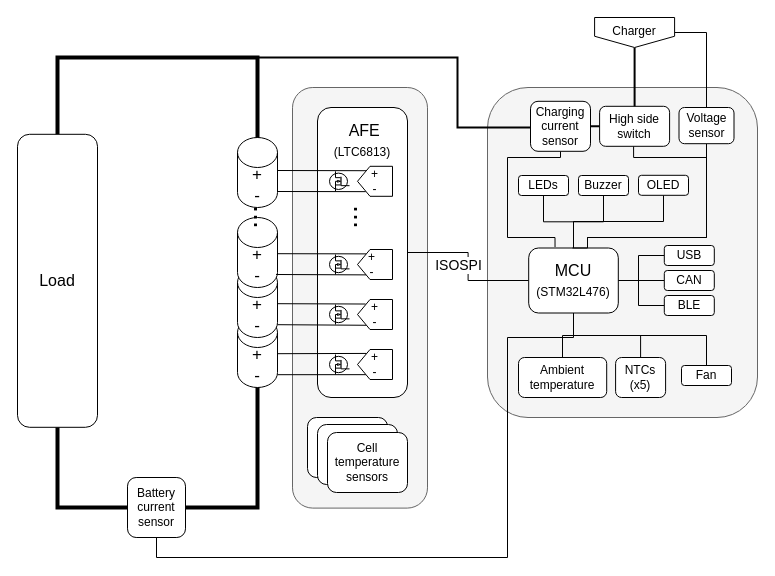
This is docs/block-diagram.drawio from G-Pereira/greenmobi-bms, a draw.io file, before an edit. Source tidied: cells renumbered, new cells numbered last; positions are measured from the earlier drawing's top-left corner, leaving out a move shared by most shapes. Both pictures are drawn from the tidied source at 100%, with x=0, y=0 at pixel (17, 17).
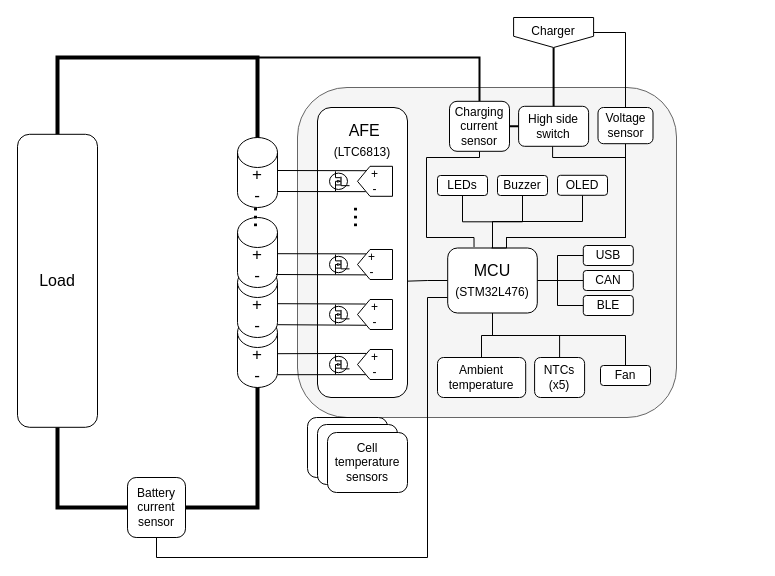
After the change.

The change refers to these unchanged cells:
```xml
<mxCell id="8" value="&lt;font style=&quot;font-size: 17px;&quot;&gt;+&lt;br&gt;-&lt;/font&gt;" style="shape=cylinder3;whiteSpace=wrap;html=1;boundedLbl=1;backgroundOutline=1;size=15;" parent="1" vertex="1">
  <mxGeometry x="220" y="120" width="40" height="70" as="geometry" />
</mxCell>
<mxCell id="23" style="rounded=1;whiteSpace=wrap;html=1;fontSize=16;" parent="1" vertex="1">
  <mxGeometry x="300" y="90" width="90" height="290" as="geometry" />
</mxCell>
<mxCell id="48" value="Battery&lt;br&gt;current&lt;br&gt;sensor" style="rounded=1;whiteSpace=wrap;html=1;fontSize=12;fillColor=#ffffff;" parent="1" vertex="1">
  <mxGeometry x="110" y="460" width="58" height="60" as="geometry" />
</mxCell>
```

Diff of the diagram source:
```diff
@@
     <mxCell id="2" style="rounded=1;whiteSpace=wrap;html=1;fillColor=#f5f5f5;strokeColor=#666666;fontColor=#333333;" parent="1" vertex="1">
-      <mxGeometry x="470" y="70" width="270" height="330" as="geometry" />
+      <mxGeometry x="280" y="70" width="379" height="330" as="geometry" />
     </mxCell>
-    <mxCell id="3" style="rounded=1;whiteSpace=wrap;html=1;fillColor=#f5f5f5;strokeColor=#666666;fontColor=#333333;" parent="1" vertex="1">
-      <mxGeometry x="275" y="70" width="135" height="420.6" as="geometry" />
-    </mxCell>
@@
     <mxCell id="11" style="edgeStyle=orthogonalEdgeStyle;rounded=0;jettySize=auto;html=1;endArrow=none;endFill=0;exitX=1;exitY=0.5;exitDx=0;exitDy=0;" parent="1" edge="1" source="22" target="53">
       <mxGeometry relative="1" as="geometry">
         <Array as="points">
-          <mxPoint x="621" y="263" />
-          <mxPoint x="621" y="238" />
+          <mxPoint x="540" y="263" />
+          <mxPoint x="540" y="238" />
         </Array>
       </mxGeometry>
     </mxCell>
     <mxCell id="12" style="edgeStyle=orthogonalEdgeStyle;rounded=0;jettySize=auto;html=1;endArrow=none;endFill=0;" parent="1" edge="1" source="22" target="63">
       <mxGeometry relative="1" as="geometry">
         <Array as="points">
-          <mxPoint x="556" y="318" />
-          <mxPoint x="545" y="318" />
+          <mxPoint x="475" y="318" />
+          <mxPoint x="464" y="318" />
         </Array>
       </mxGeometry>
     </mxCell>
-    <mxCell id="13" style="edgeStyle=orthogonalEdgeStyle;rounded=0;jettySize=auto;html=1;endArrow=none;endFill=0;" parent="1" edge="1" source="22" target="23">
-      <mxGeometry relative="1" as="geometry" />
-    </mxCell>
-    <mxCell id="14" value="ISOSPI" style="edgeLabel;html=1;align=center;verticalAlign=middle;fontSize=14;spacing=2;spacingRight=0;" parent="13" vertex="1">
-      <mxGeometry x="0.28" y="1" relative="1" as="geometry">
-        <mxPoint x="-4" y="11" as="offset" />
-      </mxGeometry>
-    </mxCell>
     <mxCell id="15" style="edgeStyle=orthogonalEdgeStyle;rounded=0;jettySize=auto;html=1;endArrow=none;endFill=0;" parent="1" edge="1" source="22" target="56">
       <mxGeometry relative="1" as="geometry">
         <Array as="points">
-          <mxPoint x="570" y="220" />
-          <mxPoint x="689" y="220" />
+          <mxPoint x="489" y="220" />
+          <mxPoint x="608" y="220" />
         </Array>
       </mxGeometry>
     </mxCell>
     <mxCell id="16" style="edgeStyle=orthogonalEdgeStyle;rounded=0;jettySize=auto;html=1;endArrow=none;endFill=0;" parent="1" edge="1" source="22" target="48">
       <mxGeometry relative="1" as="geometry">
         <Array as="points">
-          <mxPoint x="490" y="320" />
-          <mxPoint x="490" y="540" />
+          <mxPoint x="410" y="280" />
+          <mxPoint x="410" y="540" />
           <mxPoint x="139" y="540" />
         </Array>
       </mxGeometry>
     </mxCell>
     <mxCell id="17" style="edgeStyle=orthogonalEdgeStyle;rounded=0;jettySize=auto;html=1;endArrow=none;endFill=0;exitX=1;exitY=0.5;exitDx=0;exitDy=0;" parent="1" edge="1" source="22" target="54">
       <mxGeometry relative="1" as="geometry">
         <Array as="points">
-          <mxPoint x="611" y="263" />
-          <mxPoint x="611" y="263" />
+          <mxPoint x="530" y="263" />
+          <mxPoint x="530" y="263" />
         </Array>
       </mxGeometry>
     </mxCell>
     <mxCell id="18" style="edgeStyle=orthogonalEdgeStyle;rounded=0;jettySize=auto;html=1;endArrow=none;endFill=0;exitX=1;exitY=0.5;exitDx=0;exitDy=0;" parent="1" edge="1" source="22" target="55">
       <mxGeometry relative="1" as="geometry">
         <Array as="points">
-          <mxPoint x="621" y="263" />
-          <mxPoint x="621" y="288" />
+          <mxPoint x="540" y="263" />
+          <mxPoint x="540" y="288" />
         </Array>
       </mxGeometry>
     </mxCell>
     <mxCell id="19" style="edgeStyle=orthogonalEdgeStyle;rounded=0;jettySize=auto;html=1;endArrow=none;endFill=0;exitX=0.5;exitY=1;exitDx=0;exitDy=0;entryX=0.5;entryY=0;entryDx=0;entryDy=0;" parent="1" edge="1" source="22" target="62">
       <mxGeometry relative="1" as="geometry">
         <Array as="points">
-          <mxPoint x="556" y="318" />
-          <mxPoint x="623" y="318" />
+          <mxPoint x="475" y="318" />
+          <mxPoint x="542" y="318" />
         </Array>
       </mxGeometry>
     </mxCell>
     <mxCell id="20" style="edgeStyle=orthogonalEdgeStyle;rounded=0;jettySize=auto;html=1;endArrow=none;endFill=0;exitX=0.5;exitY=1;exitDx=0;exitDy=0;entryX=0.5;entryY=0;entryDx=0;entryDy=0;" parent="1" edge="1" source="22" target="64">
       <mxGeometry relative="1" as="geometry">
         <Array as="points">
-          <mxPoint x="556" y="318" />
-          <mxPoint x="689" y="318" />
+          <mxPoint x="475" y="318" />
+          <mxPoint x="608" y="318" />
         </Array>
       </mxGeometry>
     </mxCell>
     <mxCell id="21" style="edgeStyle=orthogonalEdgeStyle;rounded=0;jettySize=auto;html=1;endArrow=none;endFill=0;" parent="1" edge="1" source="22" target="68">
       <mxGeometry relative="1" as="geometry">
         <Array as="points">
-          <mxPoint x="556" y="204" />
-          <mxPoint x="646" y="204" />
+          <mxPoint x="475" y="204" />
+          <mxPoint x="565" y="204" />
         </Array>
       </mxGeometry>
     </mxCell>
+    <mxCell id="13" style="edgeStyle=orthogonalEdgeStyle;rounded=0;jettySize=auto;html=1;entryX=0.98;entryY=0.599;entryDx=0;entryDy=0;endArrow=none;endFill=0;entryPerimeter=0;" parent="1" edge="1" source="22" target="23">
+      <mxGeometry relative="1" as="geometry" />
+    </mxCell>
     <mxCell id="22" value="MCU&lt;br&gt;&lt;font style=&quot;font-size: 12px;&quot;&gt;(STM32L476)&lt;/font&gt;" style="rounded=1;whiteSpace=wrap;html=1;fontSize=16;" parent="1" vertex="1">
-      <mxGeometry x="511.2" y="230.5" width="89.6" height="65" as="geometry" />
+      <mxGeometry x="430.2" y="230.5" width="89.6" height="65" as="geometry" />
     </mxCell>
@@
-    <mxCell id="49" style="edgeStyle=orthogonalEdgeStyle;rounded=0;jettySize=auto;html=1;fontSize=16;endArrow=none;endFill=0;strokeWidth=2;entryX=0.5;entryY=0;entryDx=0;entryDy=0;entryPerimeter=0;exitX=0;exitY=0.522;exitDx=0;exitDy=0;exitPerimeter=0;" parent="1" edge="1" source="61" target="8">
+    <mxCell id="49" style="edgeStyle=orthogonalEdgeStyle;rounded=0;jettySize=auto;html=1;fontSize=16;endArrow=none;endFill=0;strokeWidth=2;entryX=0.5;entryY=0;entryDx=0;entryDy=0;entryPerimeter=0;exitX=0.5;exitY=0;exitDx=0;exitDy=0;" parent="1" edge="1" source="61" target="8">
       <mxGeometry relative="1" as="geometry">
         <Array as="points">
-          <mxPoint x="440" y="110" />
-          <mxPoint x="440" y="40" />
+          <mxPoint x="462" y="40" />
           <mxPoint x="240" y="40" />
         </Array>
       </mxGeometry>
     </mxCell>
@@
     <mxCell id="51" value="Buzzer" style="rounded=1;whiteSpace=wrap;html=1;fontSize=12;" parent="1" vertex="1">
-      <mxGeometry x="561" y="158" width="50" height="20" as="geometry" />
+      <mxGeometry x="480" y="158" width="50" height="20" as="geometry" />
     </mxCell>
     <mxCell id="52" value="LEDs" style="rounded=1;whiteSpace=wrap;html=1;fontSize=12;" parent="1" vertex="1">
-      <mxGeometry x="501" y="158" width="50" height="20" as="geometry" />
+      <mxGeometry x="420" y="158" width="50" height="20" as="geometry" />
     </mxCell>
     <mxCell id="53" value="USB" style="rounded=1;whiteSpace=wrap;html=1;" parent="1" vertex="1">
-      <mxGeometry x="646.8" y="228" width="50" height="20" as="geometry" />
+      <mxGeometry x="565.8" y="228" width="50" height="20" as="geometry" />
     </mxCell>
     <mxCell id="54" value="CAN" style="rounded=1;whiteSpace=wrap;html=1;" parent="1" vertex="1">
-      <mxGeometry x="646.8" y="253" width="50" height="20" as="geometry" />
+      <mxGeometry x="565.8" y="253" width="50" height="20" as="geometry" />
     </mxCell>
     <mxCell id="55" value="BLE" style="rounded=1;whiteSpace=wrap;html=1;fontSize=12;" parent="1" vertex="1">
-      <mxGeometry x="646.8" y="278" width="50" height="20" as="geometry" />
+      <mxGeometry x="565.8" y="278" width="50" height="20" as="geometry" />
     </mxCell>
     <mxCell id="56" value="Voltage sensor" style="rounded=1;whiteSpace=wrap;html=1;" parent="1" vertex="1">
-      <mxGeometry x="661.5" y="90" width="55" height="36.2" as="geometry" />
+      <mxGeometry x="580.5" y="90" width="55" height="36.2" as="geometry" />
     </mxCell>
     <mxCell id="57" style="edgeStyle=orthogonalEdgeStyle;rounded=0;orthogonalLoop=1;jettySize=auto;html=1;endArrow=none;endFill=0;" parent="1" edge="1">
       <mxGeometry relative="1" as="geometry">
-        <mxPoint x="616.1" y="128.8" as="sourcePoint" />
-        <mxPoint x="555" y="230.5" as="targetPoint" />
+        <mxPoint x="535.1" y="128.8" as="sourcePoint" />
+        <mxPoint x="474" y="230.5" as="targetPoint" />
         <Array as="points">
-          <mxPoint x="616" y="140" />
-          <mxPoint x="689" y="140" />
-          <mxPoint x="689" y="220" />
-          <mxPoint x="570" y="220" />
-          <mxPoint x="570" y="230" />
+          <mxPoint x="535" y="140" />
+          <mxPoint x="608" y="140" />
+          <mxPoint x="608" y="220" />
+          <mxPoint x="489" y="220" />
+          <mxPoint x="489" y="230" />
         </Array>
       </mxGeometry>
     </mxCell>
@@
     <mxCell id="59" value="High side switch" style="rounded=1;whiteSpace=wrap;html=1;fontSize=12;" parent="1" vertex="1">
-      <mxGeometry x="582.1" y="88.8" width="70" height="40" as="geometry" />
+      <mxGeometry x="501.1" y="88.8" width="70" height="40" as="geometry" />
     </mxCell>
     <mxCell id="60" style="edgeStyle=orthogonalEdgeStyle;rounded=0;jettySize=auto;html=1;entryX=0.294;entryY=-0.014;entryDx=0;entryDy=0;entryPerimeter=0;endArrow=none;endFill=0;" parent="1" edge="1" source="61" target="22">
       <mxGeometry relative="1" as="geometry">
         <Array as="points">
-          <mxPoint x="543" y="140" />
-          <mxPoint x="490" y="140" />
-          <mxPoint x="490" y="220" />
-          <mxPoint x="538" y="220" />
+          <mxPoint x="462" y="140" />
+          <mxPoint x="409" y="140" />
+          <mxPoint x="409" y="220" />
+          <mxPoint x="457" y="220" />
         </Array>
       </mxGeometry>
     </mxCell>
     <mxCell id="61" value="Charging current sensor" style="rounded=1;whiteSpace=wrap;html=1;" parent="1" vertex="1">
-      <mxGeometry x="513" y="83.8" width="60" height="50" as="geometry" />
+      <mxGeometry x="432" y="83.8" width="60" height="50" as="geometry" />
     </mxCell>
     <mxCell id="62" value="NTCs (x5)" style="rounded=1;whiteSpace=wrap;html=1;fontSize=12;fillColor=#ffffff;" parent="1" vertex="1">
-      <mxGeometry x="598.1" y="340" width="50" height="40" as="geometry" />
+      <mxGeometry x="517.1" y="340" width="50" height="40" as="geometry" />
     </mxCell>
     <mxCell id="63" value="Ambient temperature" style="rounded=1;whiteSpace=wrap;html=1;fontSize=12;fillColor=#ffffff;" parent="1" vertex="1">
-      <mxGeometry x="501" y="340" width="88.2" height="40" as="geometry" />
+      <mxGeometry x="420" y="340" width="88.2" height="40" as="geometry" />
     </mxCell>
     <mxCell id="64" value="Fan" style="rounded=1;whiteSpace=wrap;html=1;fontSize=12;fillColor=#ffffff;" parent="1" vertex="1">
-      <mxGeometry x="664" y="348" width="50" height="20" as="geometry" />
+      <mxGeometry x="583" y="348" width="50" height="20" as="geometry" />
     </mxCell>
@@
     <mxCell id="67" value="Charger" style="shape=offPageConnector;whiteSpace=wrap;html=1;verticalAlign=top;" parent="1" vertex="1">
-      <mxGeometry x="577.1" width="80" height="30" as="geometry" />
+      <mxGeometry x="496.1" width="80" height="30" as="geometry" />
     </mxCell>
     <mxCell id="68" value="OLED" style="rounded=1;whiteSpace=wrap;html=1;fontSize=12;" parent="1" vertex="1">
-      <mxGeometry x="621" y="157.8" width="50" height="20" as="geometry" />
+      <mxGeometry x="540" y="157.8" width="50" height="20" as="geometry" />
     </mxCell>
```
